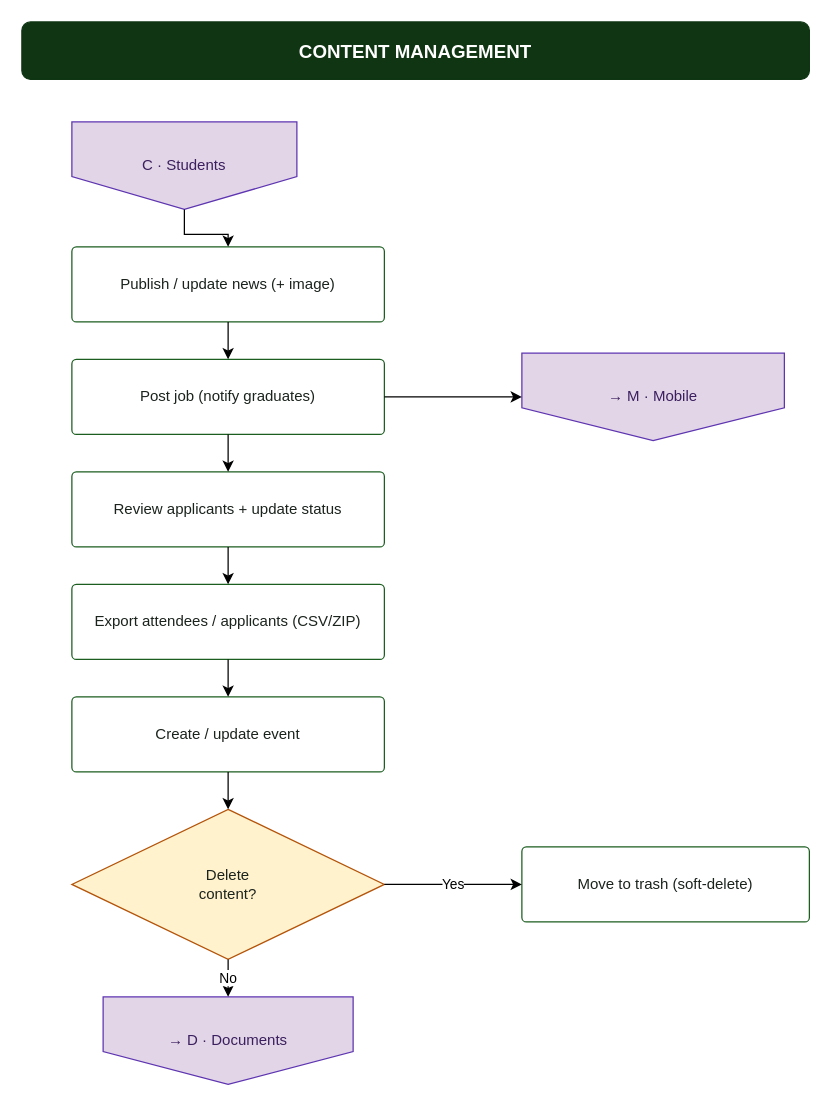
This is page "Admin — Content" (4 of 8) of docs/reunio-admin-flow.drawio from dibidjims17/Alumni-System, a draw.io file, before an edit. Source tidied: cells renumbered, new cells numbered last; positions are measured from the earlier drawing's top-left corner, leaving out a move shared by most shapes. Both pictures are drawn from the tidied source at 125%, with x=0, y=0 at pixel (21, 21).
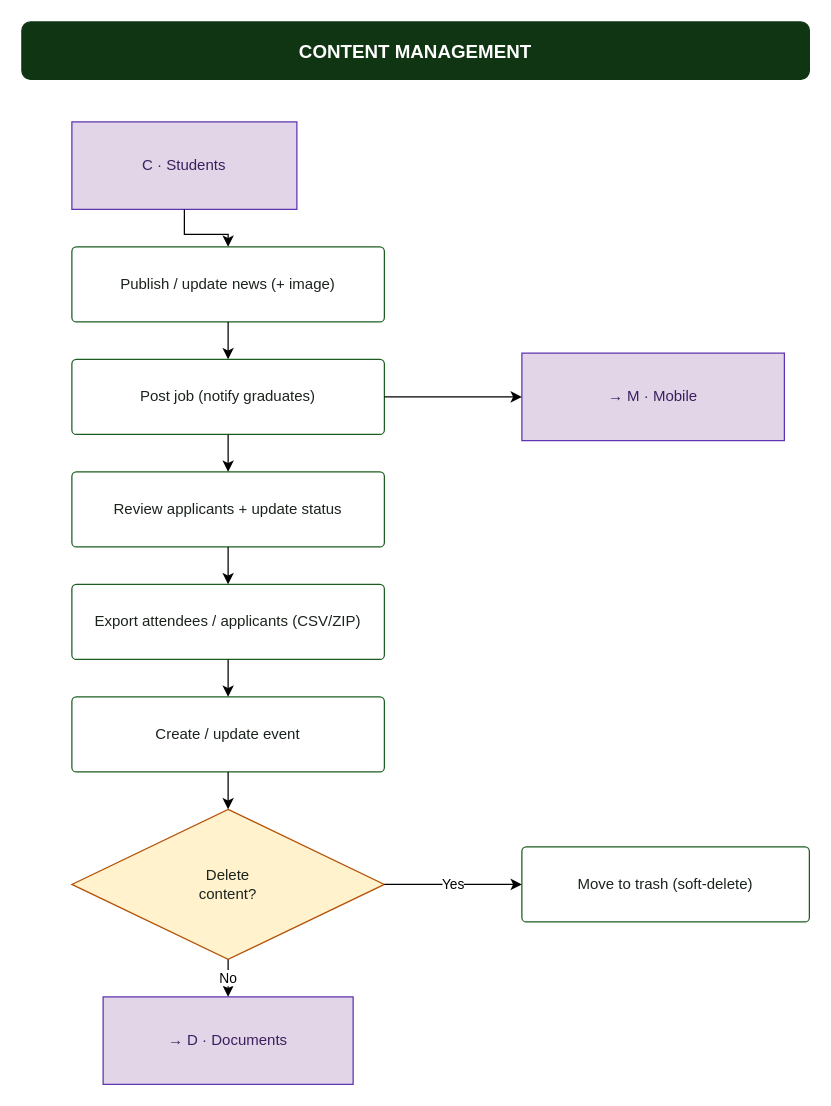
The same diagram, later.

What changed in the source:
```diff
@@
-    <mxCell id="3" value="C · Students" style="shape=offPageConnector;whiteSpace=wrap;html=1;fillColor=#e1d5e7;strokeColor=#5e35b1;fontSize=12;fontColor=#3b1f5e;" parent="1" vertex="1">
+    <mxCell id="3" value="C · Students" style="shape=rectangle;rounded=0;whiteSpace=wrap;html=1;fillColor=#e1d5e7;strokeColor=#5e35b1;fontSize=12;fontColor=#3b1f5e;" parent="1" vertex="1">
       <mxGeometry x="40" y="80" width="180" height="70" as="geometry" />
     </mxCell>
@@
-    <mxCell id="6" value="→ M · Mobile" style="shape=offPageConnector;whiteSpace=wrap;html=1;fillColor=#e1d5e7;strokeColor=#5e35b1;fontSize=12;fontColor=#3b1f5e;" parent="1" vertex="1">
+    <mxCell id="6" value="→ M · Mobile" style="shape=rectangle;rounded=0;whiteSpace=wrap;html=1;fillColor=#e1d5e7;strokeColor=#5e35b1;fontSize=12;fontColor=#3b1f5e;" parent="1" vertex="1">
       <mxGeometry x="400" y="265" width="210" height="70" as="geometry" />
     </mxCell>
@@
-    <mxCell id="12" value="→ D · Documents" style="shape=offPageConnector;whiteSpace=wrap;html=1;fillColor=#e1d5e7;strokeColor=#5e35b1;fontSize=12;fontColor=#3b1f5e;" parent="1" vertex="1">
+    <mxCell id="12" value="→ D · Documents" style="shape=rectangle;rounded=0;whiteSpace=wrap;html=1;fillColor=#e1d5e7;strokeColor=#5e35b1;fontSize=12;fontColor=#3b1f5e;" parent="1" vertex="1">
       <mxGeometry x="65" y="780" width="200" height="70" as="geometry" />
     </mxCell>
```
